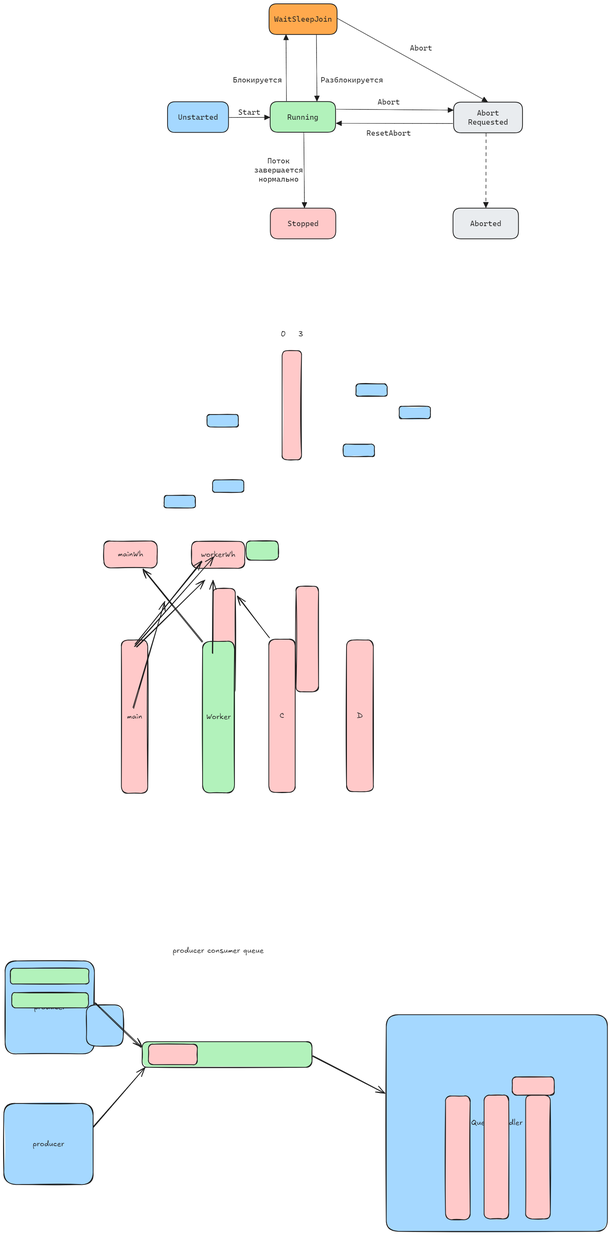
This is img/thread_states.excalidraw.png from silvercodes/p31_sp, a Excalidraw export, as it was before one commit. Source tidied: one line per element, renumbered; positions are measured from the earlier drawing's top-left corner, leaving out a move shared by most shapes.
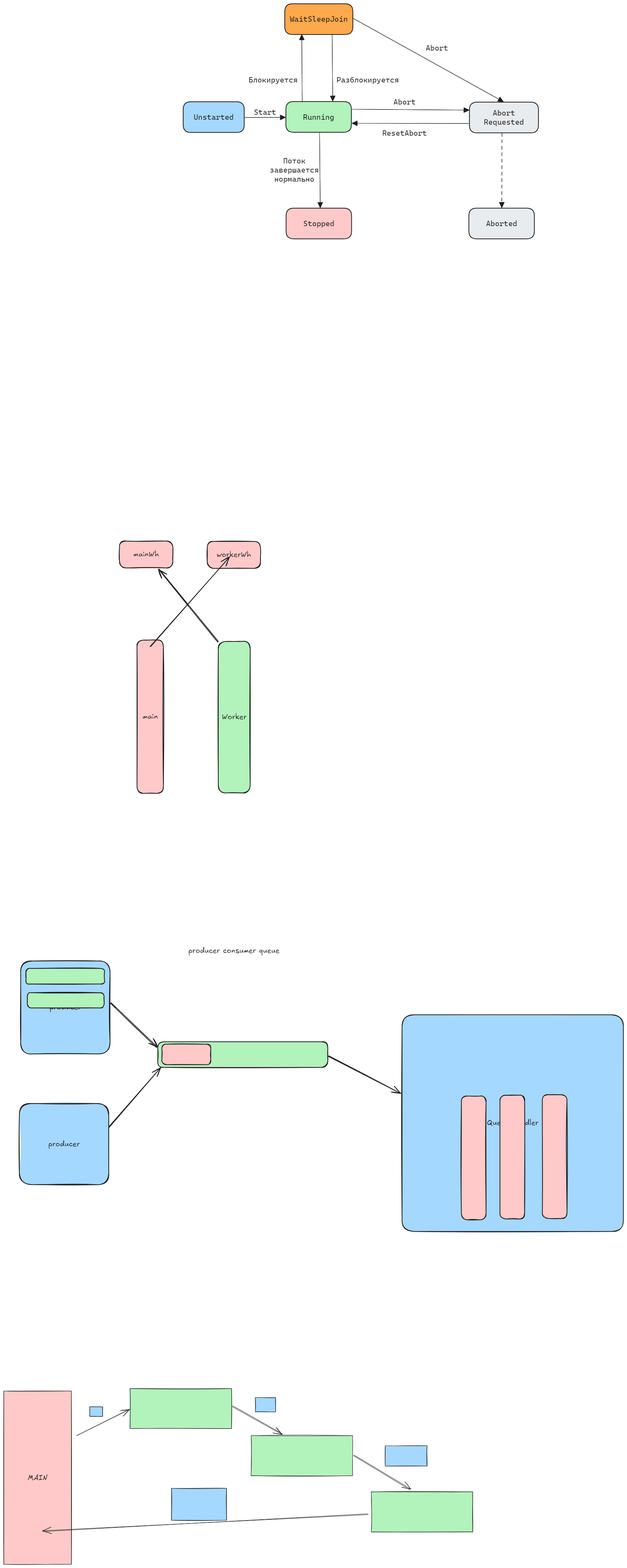
Above is the later version.

Commit message:
add: async await

What changed in the source:
```diff
@@ -51,8 +51,20 @@
 {"id": 50, "type": "arrow", "strokeColor": "#1e1e1e", "backgroundColor": "#a5d8ff", "fillStyle": "solid", "strokeWidth": 2, "roughness": 1, "endArrowhead": "arrow", "round": true, "from": 38, "to": 48, "x": 812, "y": 2770, "width": 189, "height": 97, "points": [[0, 0], [189, 97]]}
 {"id": 51, "type": "rectangle", "strokeColor": "#1e1e1e", "backgroundColor": "#ffc9c9", "fillStyle": "solid", "strokeWidth": 2, "roughness": 1, "round": true, "x": 1163, "y": 2874, "width": 65, "height": 326}
 {"id": 52, "type": "rectangle", "strokeColor": "#1e1e1e", "backgroundColor": "#ffc9c9", "fillStyle": "solid", "strokeWidth": 2, "roughness": 1, "round": true, "x": 1264, "y": 2872, "width": 65, "height": 326}
-{"id": 53, "type": "rectangle", "strokeColor": "#1e1e1e", "backgroundColor": "#ffc9c9", "fillStyle": "solid", "strokeWidth": 2, "roughness": 1, "round": true, "x": 1373, "y": 2872, "width": 65, "height": 326}
+{"id": 53, "type": "rectangle", "strokeColor": "#1e1e1e", "backgroundColor": "#ffc9c9", "fillStyle": "solid", "strokeWidth": 2, "roughness": 1, "round": true, "x": 1375, "y": 2871, "width": 65, "height": 326}
-{"id": 54, "type": "rectangle", "strokeColor": "#1e1e1e", "backgroundColor": "#ffc9c9", "fillStyle": "solid", "strokeWidth": 2, "roughness": 1, "round": true, "x": 1338, "y": 2824, "width": 111, "height": 48}
 {"id": 55, "type": "rectangle", "strokeColor": "#1e1e1e", "backgroundColor": "#b2f2bb", "fillStyle": "solid", "strokeWidth": 2, "roughness": 1, "round": true, "x": 17, "y": 2538, "width": 207, "height": 41}
 {"id": 56, "type": "rectangle", "strokeColor": "#1e1e1e", "backgroundColor": "#b2f2bb", "fillStyle": "solid", "strokeWidth": 2, "roughness": 1, "round": true, "x": 21, "y": 2602, "width": 202, "height": 40}
-{"id": 57, "type": "rectangle", "strokeColor": "#1e1e1e", "backgroundColor": "#ffc9c9", "fillStyle": "solid", "strokeWidth": 2, "roughness": 1, "round": true, "x": 381, "y": 2738, "width": 129, "height": 54}
+{"id": 57, "type": "rectangle", "strokeColor": "#1e1e1e", "backgroundColor": "#ffc9c9", "fillStyle": "solid", "strokeWidth": 2, "roughness": 1, "round": true, "x": 375, "y": 2738, "width": 129, "height": 54}
+{"id": 58, "type": "rectangle", "strokeColor": "#1e1e1e", "backgroundColor": "#ffc9c9", "fillStyle": "solid", "strokeWidth": 1, "roughness": 1, "x": -41, "y": 3650, "width": 178, "height": 456}
+{"id": 59, "type": "text", "text": "MAIN", "strokeColor": "#1e1e1e", "backgroundColor": "#ffc9c9", "fillStyle": "solid", "strokeWidth": 1, "roughness": 1, "fontSize": 20, "fontFamily": 5, "textAlign": "center", "verticalAlign": "middle", "inside": 58, "x": 22, "y": 3866, "width": 52, "height": 25}
+{"id": 60, "type": "rectangle", "strokeColor": "#1e1e1e", "backgroundColor": "#b2f2bb", "fillStyle": "solid", "strokeWidth": 1, "roughness": 1, "x": 291, "y": 3644, "width": 267, "height": 105}
+{"id": 61, "type": "arrow", "strokeColor": "#1e1e1e", "backgroundColor": "#b2f2bb", "fillStyle": "solid", "strokeWidth": 1, "roughness": 1, "endArrowhead": "arrow", "round": true, "from": 58, "to": 60, "x": 151, "y": 3768, "width": 139, "height": 70, "points": [[0, 0], [139, -70]]}
+{"id": 62, "type": "rectangle", "strokeColor": "#1e1e1e", "backgroundColor": "#b2f2bb", "fillStyle": "solid", "strokeWidth": 1, "roughness": 1, "x": 609, "y": 3768, "width": 267, "height": 105}
+{"id": 63, "type": "rectangle", "strokeColor": "#1e1e1e", "backgroundColor": "#b2f2bb", "fillStyle": "solid", "strokeWidth": 1, "roughness": 1, "x": 925, "y": 3916, "width": 267, "height": 105}
+{"id": 64, "type": "arrow", "strokeColor": "#1e1e1e", "backgroundColor": "#b2f2bb", "fillStyle": "solid", "strokeWidth": 1, "roughness": 1, "endArrowhead": "arrow", "round": true, "from": 60, "to": 62, "x": 560, "y": 3690, "width": 131, "height": 74, "points": [[0, 0], [131, 74]]}
+{"id": 65, "type": "arrow", "strokeColor": "#1e1e1e", "backgroundColor": "#b2f2bb", "fillStyle": "solid", "strokeWidth": 1, "roughness": 1, "endArrowhead": "arrow", "round": true, "from": 62, "to": 63, "x": 879, "y": 3820, "width": 149, "height": 89, "points": [[0, 0], [149, 89]]}
+{"id": 66, "type": "arrow", "strokeColor": "#1e1e1e", "backgroundColor": "#b2f2bb", "fillStyle": "solid", "strokeWidth": 1, "roughness": 1, "endArrowhead": "arrow", "round": true, "from": 63, "to": 58, "x": 917, "y": 3974, "width": 855, "height": 45, "points": [[0, 0], [-855, 45]]}
+{"id": 67, "type": "rectangle", "strokeColor": "#1e1e1e", "backgroundColor": "#a5d8ff", "fillStyle": "solid", "strokeWidth": 1, "roughness": 1, "x": 620, "y": 3668, "width": 54, "height": 37}
+{"id": 68, "type": "rectangle", "strokeColor": "#1e1e1e", "backgroundColor": "#a5d8ff", "fillStyle": "solid", "strokeWidth": 1, "roughness": 1, "x": 962, "y": 3794, "width": 110, "height": 53}
+{"id": 69, "type": "rectangle", "strokeColor": "#1e1e1e", "backgroundColor": "#a5d8ff", "fillStyle": "solid", "strokeWidth": 1, "roughness": 1, "x": 400, "y": 3906, "width": 145, "height": 84}
+{"id": 70, "type": "rectangle", "strokeColor": "#1e1e1e", "backgroundColor": "#a5d8ff", "fillStyle": "solid", "strokeWidth": 1, "roughness": 1, "x": 185, "y": 3692, "width": 34, "height": 25}
```
